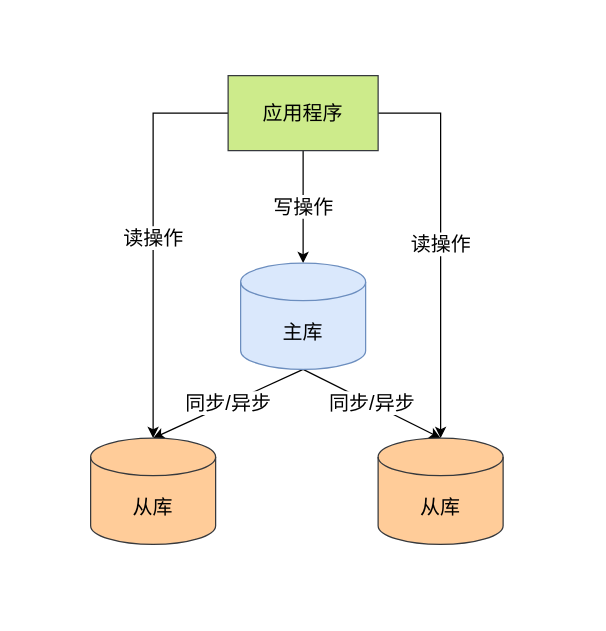
This is mysql/日志/主从架构.drawio from xiaolincoder/ImageHost4, a draw.io file, before an edit. Source tidied: cells renumbered, new cells numbered last; positions are measured from the earlier drawing's top-left corner, leaving out a move shared by most shapes. Both pictures are drawn from the tidied source at 125%, with x=0, y=0 at pixel (90, 75).
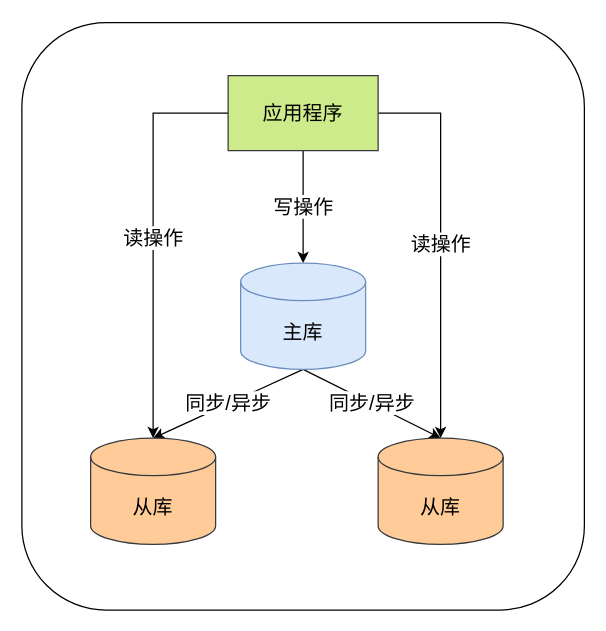
The same diagram, later.

What changed in the source:
```diff
@@
 <mxGraphModel>
   <root>
     <mxCell id="0" />
     <mxCell id="1" parent="0" />
+    <mxCell id="11" style="rounded=1;whiteSpace=wrap;html=1;fontSize=16;" parent="1" vertex="1">
+      <mxGeometry x="-55" y="-42.5" width="450" height="470" as="geometry" />
+    </mxCell>
     <mxCell id="2" value="写操作" style="edgeStyle=orthogonalEdgeStyle;rounded=0;jettySize=auto;html=1;entryX=0.5;entryY=0;entryDx=0;entryDy=0;entryPerimeter=0;fontSize=16;" parent="1" edge="1" source="5" target="8">
       <mxGeometry relative="1" as="geometry" />
     </mxCell>
     <mxCell id="3" value="读操作" style="rounded=0;jettySize=auto;html=1;entryX=0.5;entryY=0;entryDx=0;entryDy=0;entryPerimeter=0;fontSize=16;exitX=0;exitY=0.5;exitDx=0;exitDy=0;edgeStyle=orthogonalEdgeStyle;" parent="1" edge="1" source="5" target="9">
       <mxGeometry relative="1" as="geometry" />
     </mxCell>
     <mxCell id="4" value="读操作" style="edgeStyle=orthogonalEdgeStyle;rounded=0;jettySize=auto;html=1;entryX=0.5;entryY=0;entryDx=0;entryDy=0;entryPerimeter=0;fontSize=16;" parent="1" edge="1" source="5" target="10">
       <mxGeometry relative="1" as="geometry">
         <Array as="points">
           <mxPoint x="280" y="30" />
         </Array>
       </mxGeometry>
     </mxCell>
     <mxCell id="5" value="应用程序" style="rounded=0;whiteSpace=wrap;html=1;fontSize=16;fillColor=#cdeb8b;strokeColor=#36393d;" parent="1" vertex="1">
       <mxGeometry x="110" width="120" height="60" as="geometry" />
     </mxCell>
     <mxCell id="6" value="同步/异步" style="rounded=0;jettySize=auto;html=1;fontSize=16;exitX=0.5;exitY=1;exitDx=0;exitDy=0;exitPerimeter=0;entryX=0.5;entryY=0;entryDx=0;entryDy=0;entryPerimeter=0;" parent="1" edge="1" source="8" target="9">
       <mxGeometry relative="1" as="geometry" />
     </mxCell>
     <mxCell id="7" value="&lt;span style=&quot;color: rgb(0, 0, 0); font-family: Helvetica; font-size: 16px; font-style: normal; font-variant-ligatures: normal; font-variant-caps: normal; font-weight: 400; letter-spacing: normal; orphans: 2; text-align: center; text-indent: 0px; text-transform: none; widows: 2; word-spacing: 0px; -webkit-text-stroke-width: 0px; background-color: rgb(255, 255, 255); text-decoration-thickness: initial; text-decoration-style: initial; text-decoration-color: initial; float: none; display: inline !important;&quot;&gt;同步/异步&lt;/span&gt;" style="edgeStyle=none;rounded=0;jettySize=auto;html=1;entryX=0.5;entryY=0;entryDx=0;entryDy=0;entryPerimeter=0;fontSize=16;exitX=0.5;exitY=1;exitDx=0;exitDy=0;exitPerimeter=0;" parent="1" edge="1" source="8" target="10">
       <mxGeometry relative="1" as="geometry" />
     </mxCell>
     <mxCell id="8" value="主库" style="shape=cylinder3;whiteSpace=wrap;html=1;boundedLbl=1;backgroundOutline=1;size=15;fontSize=16;fillColor=#dae8fc;strokeColor=#6c8ebf;" parent="1" vertex="1">
       <mxGeometry x="120" y="150" width="100" height="85" as="geometry" />
     </mxCell>
     <mxCell id="9" value="从库" style="shape=cylinder3;whiteSpace=wrap;html=1;boundedLbl=1;backgroundOutline=1;size=15;fontSize=16;fillColor=#ffcc99;strokeColor=#36393d;" parent="1" vertex="1">
       <mxGeometry y="290" width="100" height="85" as="geometry" />
     </mxCell>
     <mxCell id="10" value="从库" style="shape=cylinder3;whiteSpace=wrap;html=1;boundedLbl=1;backgroundOutline=1;size=15;fontSize=16;fillColor=#ffcc99;strokeColor=#36393d;" parent="1" vertex="1">
       <mxGeometry x="230" y="290" width="100" height="85" as="geometry" />
     </mxCell>
   </root>
 </mxGraphModel>
```
